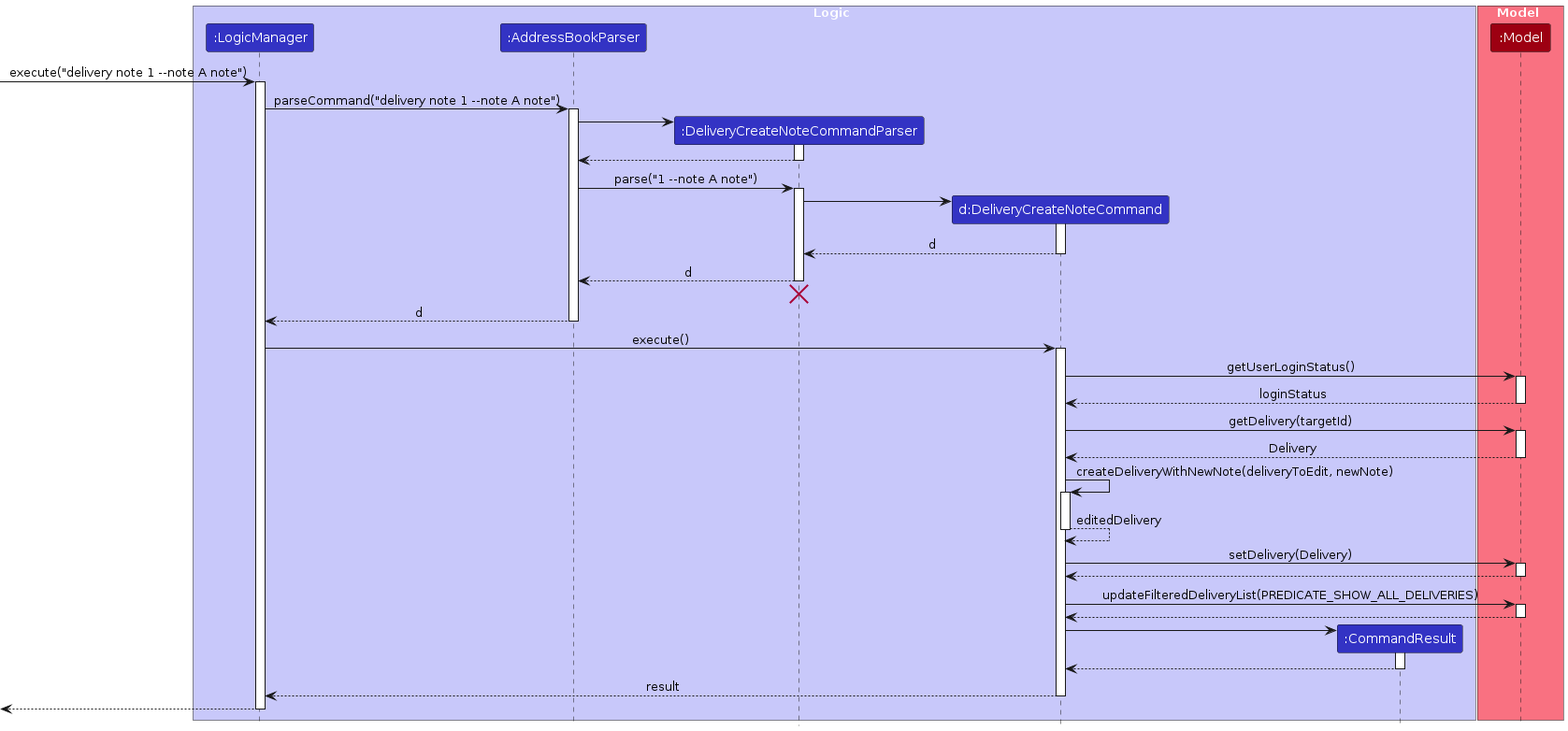
The PlantUML diagram diagrams/DeliveryCreateNoteSequenceDiagram.png in zhonghan721/tp, before a commit. Its source is kept beside it as diagrams/DeliveryCreateNoteSequenceDiagram.puml. Its diagram source:
```plantuml
@startuml
!include style.puml
skinparam ArrowFontStyle plain

box Logic LOGIC_COLOR_T1
participant ":LogicManager" as LogicManager LOGIC_COLOR
participant ":AddressBookParser" as AddressBookParser LOGIC_COLOR
participant ":DeliveryCreateNoteCommandParser" as DeliveryCreateNoteCommandParser LOGIC_COLOR
participant "d:DeliveryCreateNoteCommand" as DeliveryCreateNoteCommand LOGIC_COLOR
participant ":CommandResult" as CommandResult LOGIC_COLOR
end box

box Model MODEL_COLOR_T1
participant ":Model" as Model MODEL_COLOR
end box

[-> LogicManager : execute("delivery note 1 --note A note")
activate LogicManager

LogicManager -> AddressBookParser : parseCommand("delivery note 1 --note A note")
activate AddressBookParser

create DeliveryCreateNoteCommandParser
AddressBookParser -> DeliveryCreateNoteCommandParser
activate DeliveryCreateNoteCommandParser

DeliveryCreateNoteCommandParser --> AddressBookParser
deactivate DeliveryCreateNoteCommandParser

AddressBookParser -> DeliveryCreateNoteCommandParser : parse("1 --note A note")
activate DeliveryCreateNoteCommandParser

create DeliveryCreateNoteCommand
DeliveryCreateNoteCommandParser -> DeliveryCreateNoteCommand
activate DeliveryCreateNoteCommand

DeliveryCreateNoteCommand --> DeliveryCreateNoteCommandParser : d
deactivate DeliveryCreateNoteCommand

DeliveryCreateNoteCommandParser --> AddressBookParser : d
deactivate DeliveryCreateNoteCommandParser
DeliveryCreateNoteCommandParser -[hidden]-> AddressBookParser
destroy DeliveryCreateNoteCommandParser

AddressBookParser --> LogicManager : d
deactivate AddressBookParser

LogicManager -> DeliveryCreateNoteCommand : execute()
activate DeliveryCreateNoteCommand

DeliveryCreateNoteCommand -> Model : getUserLoginStatus()
activate Model

Model --> DeliveryCreateNoteCommand : loginStatus
deactivate Model

DeliveryCreateNoteCommand -> Model : getDelivery(targetId)
activate Model

Model --> DeliveryCreateNoteCommand : Delivery
deactivate Model

DeliveryCreateNoteCommand -> DeliveryCreateNoteCommand : createDeliveryWithNewNote(deliveryToEdit, newNote)
activate DeliveryCreateNoteCommand

DeliveryCreateNoteCommand --> DeliveryCreateNoteCommand : editedDelivery
deactivate DeliveryCreateNoteCommand

DeliveryCreateNoteCommand -> Model : setDelivery(Delivery)
activate Model

Model --> DeliveryCreateNoteCommand
deactivate Model

DeliveryCreateNoteCommand -> Model : updateFilteredDeliveryList(PREDICATE_SHOW_ALL_DELIVERIES)
activate Model

Model --> DeliveryCreateNoteCommand
deactivate Model

create CommandResult
DeliveryCreateNoteCommand -> CommandResult
activate CommandResult

CommandResult --> DeliveryCreateNoteCommand
deactivate CommandResult

DeliveryCreateNoteCommand --> LogicManager : result
deactivate DeliveryCreateNoteCommand

[<--LogicManager
deactivate LogicManager

@enduml
```
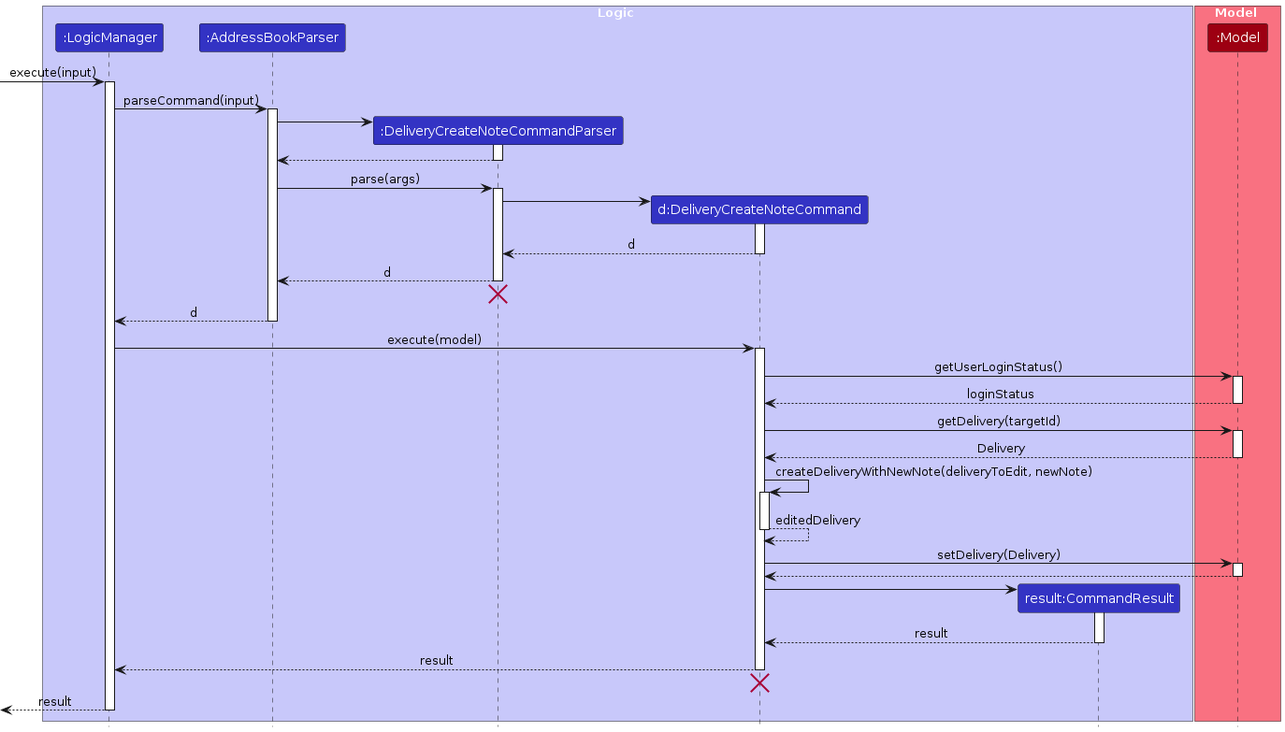
Later version of the same file.

The edit, as a diff of the source:
```diff
@@ -7,17 +7,17 @@
 participant ":AddressBookParser" as AddressBookParser LOGIC_COLOR
 participant ":DeliveryCreateNoteCommandParser" as DeliveryCreateNoteCommandParser LOGIC_COLOR
 participant "d:DeliveryCreateNoteCommand" as DeliveryCreateNoteCommand LOGIC_COLOR
-participant ":CommandResult" as CommandResult LOGIC_COLOR
+participant "result:CommandResult" as CommandResult LOGIC_COLOR
 end box
 
 box Model MODEL_COLOR_T1
 participant ":Model" as Model MODEL_COLOR
 end box
 
-[-> LogicManager : execute("delivery note 1 --note A note")
+[-> LogicManager : execute(input)
 activate LogicManager
 
-LogicManager -> AddressBookParser : parseCommand("delivery note 1 --note A note")
+LogicManager -> AddressBookParser : parseCommand(input)
 activate AddressBookParser
 
 create DeliveryCreateNoteCommandParser
@@ -27,7 +27,7 @@
 DeliveryCreateNoteCommandParser --> AddressBookParser
 deactivate DeliveryCreateNoteCommandParser
 
-AddressBookParser -> DeliveryCreateNoteCommandParser : parse("1 --note A note")
+AddressBookParser -> DeliveryCreateNoteCommandParser : parse(args)
 activate DeliveryCreateNoteCommandParser
 
 create DeliveryCreateNoteCommand
@@ -45,7 +45,7 @@
 AddressBookParser --> LogicManager : d
 deactivate AddressBookParser
 
-LogicManager -> DeliveryCreateNoteCommand : execute()
+LogicManager -> DeliveryCreateNoteCommand : execute(model)
 activate DeliveryCreateNoteCommand
 
 DeliveryCreateNoteCommand -> Model : getUserLoginStatus()
@@ -72,23 +72,20 @@
 Model --> DeliveryCreateNoteCommand
 deactivate Model
 
-DeliveryCreateNoteCommand -> Model : updateFilteredDeliveryList(PREDICATE_SHOW_ALL_DELIVERIES)
-activate Model
-
-Model --> DeliveryCreateNoteCommand
-deactivate Model
-
 create CommandResult
 DeliveryCreateNoteCommand -> CommandResult
 activate CommandResult
 
-CommandResult --> DeliveryCreateNoteCommand
+CommandResult --> DeliveryCreateNoteCommand : result
 deactivate CommandResult
 
 DeliveryCreateNoteCommand --> LogicManager : result
 deactivate DeliveryCreateNoteCommand
 
-[<--LogicManager
+DeliveryCreateNoteCommand -[hidden]-> LogicManager
+destroy DeliveryCreateNoteCommand
+
+[<--LogicManager : result
 deactivate LogicManager
 
 @enduml
```
